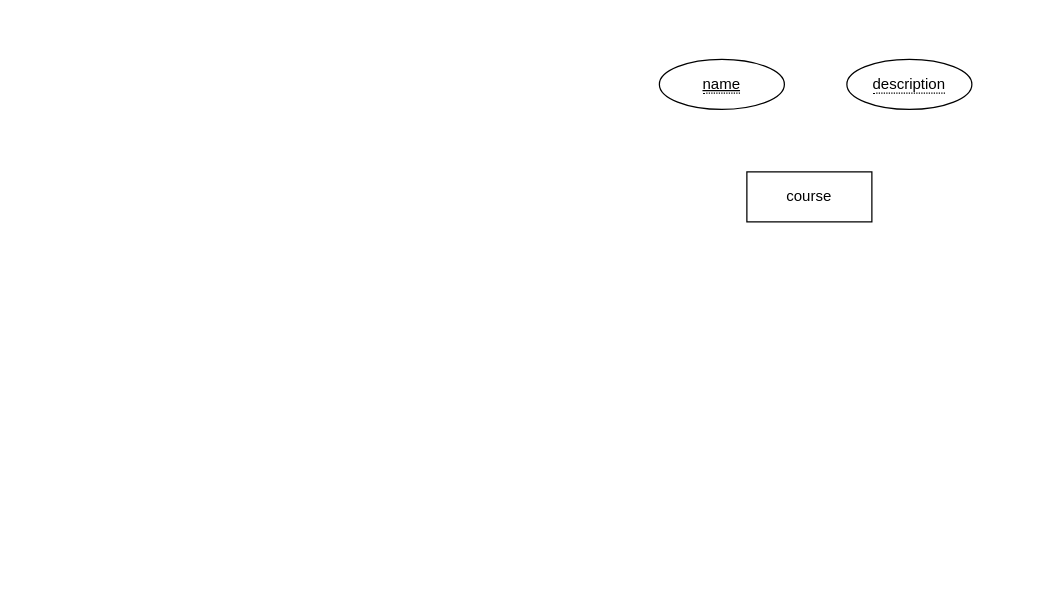
Earlier version of the draw.io diagram Untitled Diagram.drawio (ChaoyangS/11). Source tidied: cells renumbered, new cells numbered last; positions are measured from the earlier drawing's top-left corner, leaving out a move shared by most shapes. Both pictures are drawn from the tidied source at 125%, with x=0, y=0 at pixel (659, 59).
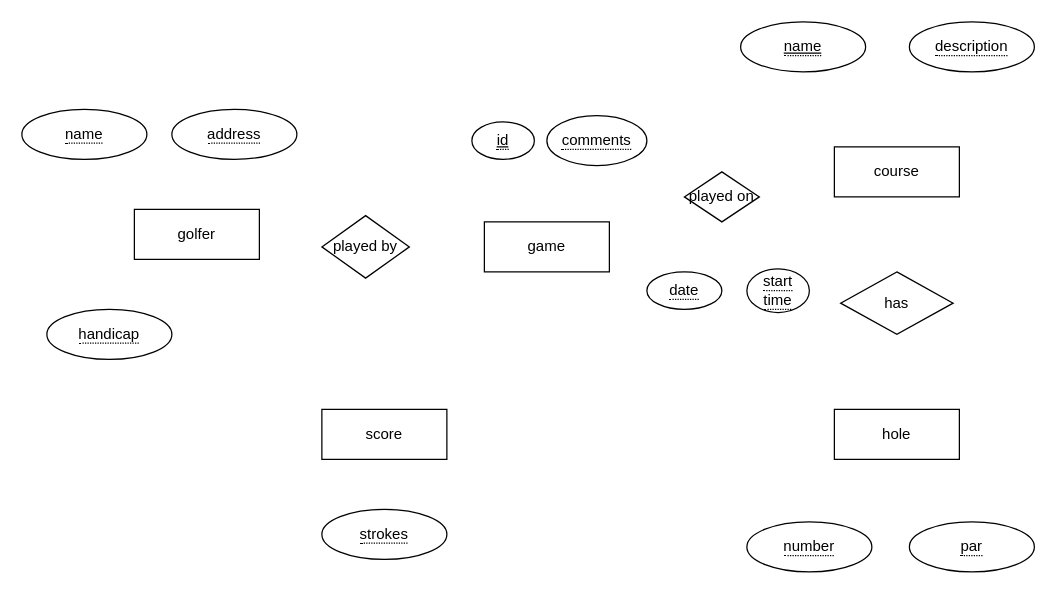
After the change.

The edit, as a diff of the source:
```diff
@@
     <mxCell id="2" value="course" style="whiteSpace=wrap;html=1;align=center;" parent="1" vertex="1">
-      <mxGeometry x="70" y="90" width="100" height="40" as="geometry" />
+      <mxGeometry x="140" y="70" width="100" height="40" as="geometry" />
     </mxCell>
     <mxCell id="3" value="&lt;span style=&quot;border-bottom: 1px dotted&quot;&gt;description&lt;/span&gt;" style="ellipse;whiteSpace=wrap;html=1;align=center;" parent="1" vertex="1">
-      <mxGeometry x="150" width="100" height="40" as="geometry" />
+      <mxGeometry x="200" y="-30" width="100" height="40" as="geometry" />
     </mxCell>
     <mxCell id="4" value="&lt;span style=&quot;border-bottom: 1px dotted&quot;&gt;name&lt;/span&gt;" style="ellipse;whiteSpace=wrap;html=1;align=center;fontStyle=4;" parent="1" vertex="1">
-      <mxGeometry width="100" height="40" as="geometry" />
+      <mxGeometry x="65" y="-30" width="100" height="40" as="geometry" />
     </mxCell>
+    <mxCell id="5" value="has" style="shape=rhombus;perimeter=rhombusPerimeter;whiteSpace=wrap;html=1;align=center;" parent="1" vertex="1">
+      <mxGeometry x="145" y="170" width="90" height="50" as="geometry" />
+    </mxCell>
+    <mxCell id="6" value="hole" style="whiteSpace=wrap;html=1;align=center;" parent="1" vertex="1">
+      <mxGeometry x="140" y="280" width="100" height="40" as="geometry" />
+    </mxCell>
+    <mxCell id="7" value="&lt;span style=&quot;border-bottom: 1px dotted&quot;&gt;number&lt;/span&gt;" style="ellipse;whiteSpace=wrap;html=1;align=center;" parent="1" vertex="1">
+      <mxGeometry x="70" y="370" width="100" height="40" as="geometry" />
+    </mxCell>
+    <mxCell id="8" value="&lt;span style=&quot;border-bottom: 1px dotted&quot;&gt;par&lt;/span&gt;" style="ellipse;whiteSpace=wrap;html=1;align=center;" parent="1" vertex="1">
+      <mxGeometry x="200" y="370" width="100" height="40" as="geometry" />
+    </mxCell>
+    <mxCell id="9" value="game" style="whiteSpace=wrap;html=1;align=center;" parent="1" vertex="1">
+      <mxGeometry x="-140" y="130" width="100" height="40" as="geometry" />
+    </mxCell>
+    <mxCell id="10" value="golfer" style="whiteSpace=wrap;html=1;align=center;" parent="1" vertex="1">
+      <mxGeometry x="-420" y="120" width="100" height="40" as="geometry" />
+    </mxCell>
+    <mxCell id="11" value="score" style="whiteSpace=wrap;html=1;align=center;" parent="1" vertex="1">
+      <mxGeometry x="-270" y="280" width="100" height="40" as="geometry" />
+    </mxCell>
+    <mxCell id="12" value="&lt;span style=&quot;border-bottom: 1px dotted&quot;&gt;strokes&lt;/span&gt;" style="ellipse;whiteSpace=wrap;html=1;align=center;" parent="1" vertex="1">
+      <mxGeometry x="-270" y="360" width="100" height="40" as="geometry" />
+    </mxCell>
+    <mxCell id="13" value="played on" style="shape=rhombus;perimeter=rhombusPerimeter;whiteSpace=wrap;html=1;align=center;" parent="1" vertex="1">
+      <mxGeometry x="20" y="90" width="60" height="40" as="geometry" />
+    </mxCell>
+    <mxCell id="14" value="played by" style="shape=rhombus;perimeter=rhombusPerimeter;whiteSpace=wrap;html=1;align=center;" parent="1" vertex="1">
+      <mxGeometry x="-270" y="125" width="70" height="50" as="geometry" />
+    </mxCell>
+    <mxCell id="15" value="&lt;span style=&quot;border-bottom: 1px dotted&quot;&gt;&lt;u&gt;id&lt;/u&gt;&lt;/span&gt;" style="ellipse;whiteSpace=wrap;html=1;align=center;" parent="1" vertex="1">
+      <mxGeometry x="-150" y="50" width="50" height="30" as="geometry" />
+    </mxCell>
+    <mxCell id="16" value="&lt;span style=&quot;border-bottom: 1px dotted&quot;&gt;comments&lt;/span&gt;" style="ellipse;whiteSpace=wrap;html=1;align=center;" parent="1" vertex="1">
+      <mxGeometry x="-90" y="45" width="80" height="40" as="geometry" />
+    </mxCell>
+    <mxCell id="17" value="&lt;span style=&quot;border-bottom: 1px dotted&quot;&gt;name&lt;/span&gt;" style="ellipse;whiteSpace=wrap;html=1;align=center;" parent="1" vertex="1">
+      <mxGeometry x="-510" y="40" width="100" height="40" as="geometry" />
+    </mxCell>
+    <mxCell id="18" value="&lt;span style=&quot;border-bottom: 1px dotted&quot;&gt;address&lt;/span&gt;" style="ellipse;whiteSpace=wrap;html=1;align=center;" parent="1" vertex="1">
+      <mxGeometry x="-390" y="40" width="100" height="40" as="geometry" />
+    </mxCell>
+    <mxCell id="19" value="&lt;span style=&quot;border-bottom: 1px dotted&quot;&gt;handicap&lt;/span&gt;" style="ellipse;whiteSpace=wrap;html=1;align=center;" parent="1" vertex="1">
+      <mxGeometry x="-490" y="200" width="100" height="40" as="geometry" />
+    </mxCell>
+    <mxCell id="20" value="&lt;span style=&quot;border-bottom: 1px dotted&quot;&gt;start time&lt;/span&gt;" style="ellipse;whiteSpace=wrap;html=1;align=center;" parent="1" vertex="1">
+      <mxGeometry x="70" y="167.5" width="50" height="35" as="geometry" />
+    </mxCell>
+    <mxCell id="21" value="&lt;span style=&quot;border-bottom: 1px dotted&quot;&gt;date&lt;/span&gt;" style="ellipse;whiteSpace=wrap;html=1;align=center;" parent="1" vertex="1">
+      <mxGeometry x="-10" y="170" width="60" height="30" as="geometry" />
+    </mxCell>
```
